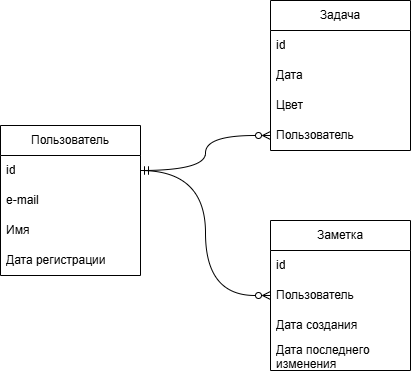
The draw.io diagram planner/schemes/Схема_данных.drawio.png in bubalync/wiki, before a commit. Source tidied: cells renumbered, new cells last; positions are measured from the earlier drawing's top-left corner, leaving out a move shared by most shapes.
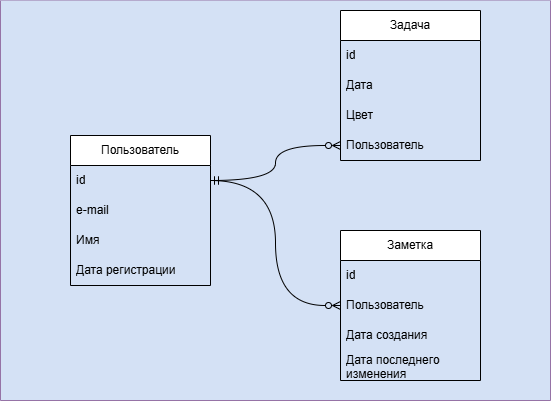
After the commit.

Commit message:
Добавлена подложка Схема_данных.drawio.png

The edit, as a diff of the source:
```diff
@@ -2,6 +2,9 @@
   <root>
     <mxCell id="0" />
     <mxCell id="1" parent="0" />
+    <mxCell id="19" style="swimlane;startSize=0;fillColor=#E5CCFF;strokeColor=#9673a6;swimlaneFillColor=#D4E1F5;" parent="1" vertex="1">
+      <mxGeometry x="-70" y="-10" width="550" height="400" as="geometry" />
+    </mxCell>
     <mxCell id="2" value="Пользователь" style="swimlane;fontStyle=0;horizontal=1;startSize=30;whiteSpace=wrap;html=1;" parent="1" vertex="1">
       <mxGeometry y="125" width="140" height="150" as="geometry" />
     </mxCell>
```
